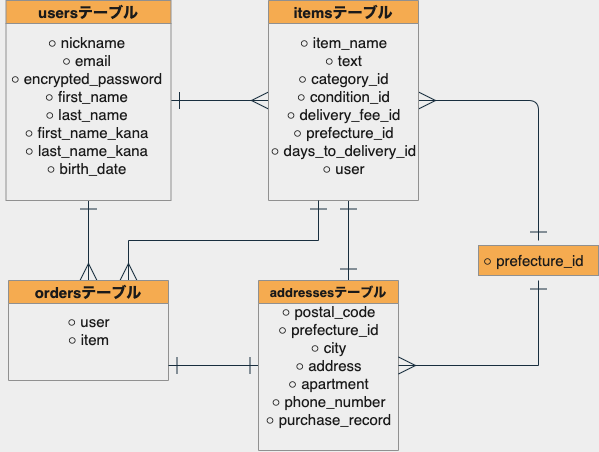
Before: test.drawio.png, a diagram exported from draw.io (takayuki2315/furima-32625). Source tidied: cells renumbered, new cells last; positions are measured from the earlier drawing's top-left corner, leaving out a move shared by most shapes.
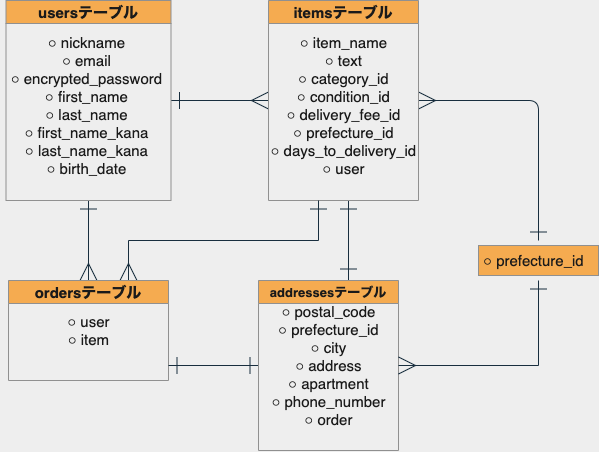
After the change.

Diff of the diagram source:
```diff
@@ -60,8 +60,8 @@
     <mxCell id="15" value="addressesテーブル" style="swimlane;fontSize=13;fillColor=#F5AB50;strokeColor=#909090;fontColor=#1A1A1A;" parent="1" vertex="1">
       <mxGeometry x="258" y="280" width="140" height="170" as="geometry" />
     </mxCell>
-    <mxCell id="16" value="○ postal_code&lt;br&gt;○ prefecture_id&lt;br&gt;○ city&lt;br&gt;○ address&lt;br&gt;○ apartment&lt;br&gt;○ phone_number&lt;br&gt;○ purchase_record" style="text;html=1;align=center;verticalAlign=middle;fontSize=15;fontColor=#1A1A1A;" parent="15" vertex="1">
-      <mxGeometry y="20" width="140" height="130" as="geometry" />
+    <mxCell id="16" value="○ postal_code&lt;br&gt;○ prefecture_id&lt;br&gt;○ city&lt;br&gt;○ address&lt;br&gt;○ apartment&lt;br&gt;○ phone_number&lt;br&gt;○ order" style="text;html=1;align=center;verticalAlign=middle;fontSize=15;fontColor=#1A1A1A;" parent="15" vertex="1">
+      <mxGeometry x="5" y="20" width="130" height="130" as="geometry" />
     </mxCell>
     <mxCell id="17" value="○ prefecture_id" style="text;html=1;align=center;verticalAlign=middle;fontSize=15;fontColor=#1A1A1A;" parent="1" vertex="1">
       <mxGeometry x="473" y="250" width="120" height="20" as="geometry" />
```
